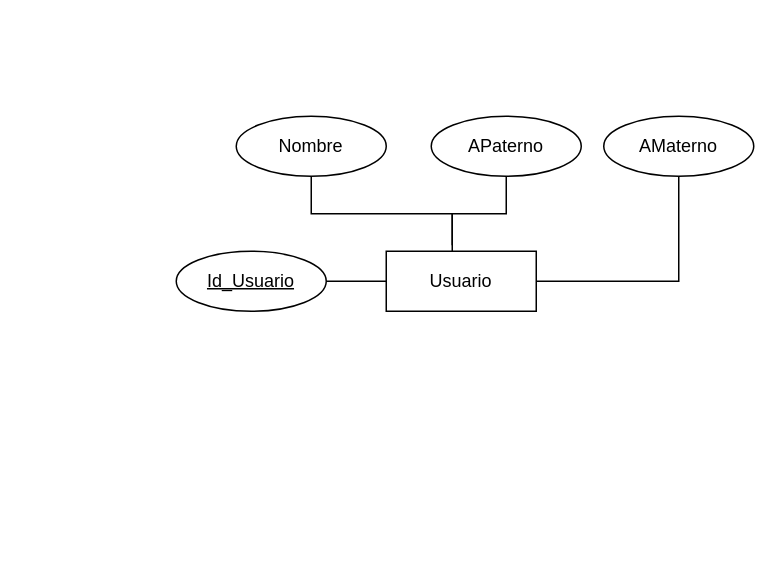
JlchavezG/ContruccionBd keeps this draw.io diagram as page "Eentidad Realacion" (1 of 2) of Diagrama sin título.drawio. Above is the earlier version. Source tidied: cells renumbered, new cells numbered last; positions are measured from the earlier drawing's top-left corner, leaving out a move shared by most shapes. Both pictures are drawn from the tidied source at 150%, with x=0, y=0 at pixel (176, 116).
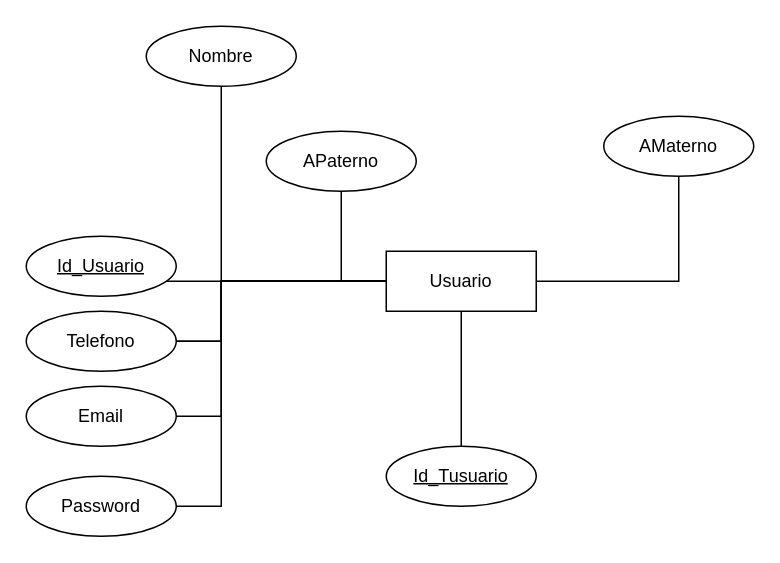
The same diagram, later.

Unchanged cells that the change refers to:
```xml
<mxCell id="2" value="Usuario" style="whiteSpace=wrap;html=1;align=center;" parent="1" vertex="1">
  <mxGeometry x="140" y="90" width="100" height="40" as="geometry" />
</mxCell>
```

The edit, as a diff of the source:
```diff
@@
     <mxCell id="3" style="edgeStyle=orthogonalEdgeStyle;rounded=0;jettySize=auto;html=1;entryX=0;entryY=0.5;entryDx=0;entryDy=0;endArrow=none;endFill=0;" parent="1" edge="1" source="4" target="2">
-      <mxGeometry relative="1" as="geometry" />
+      <mxGeometry relative="1" as="geometry">
+        <Array as="points">
+          <mxPoint x="30" y="110" />
+        </Array>
+      </mxGeometry>
     </mxCell>
     <mxCell id="4" value="Id_Usuario" style="ellipse;whiteSpace=wrap;html=1;align=center;fontStyle=4;" parent="1" vertex="1">
-      <mxGeometry y="90" width="100" height="40" as="geometry" />
+      <mxGeometry x="-100" y="80" width="100" height="40" as="geometry" />
     </mxCell>
-    <mxCell id="5" style="edgeStyle=orthogonalEdgeStyle;rounded=0;jettySize=auto;html=1;entryX=0.44;entryY=-0.1;entryDx=0;entryDy=0;entryPerimeter=0;endArrow=none;endFill=0;" parent="1" edge="1" source="6" target="2">
-      <mxGeometry relative="1" as="geometry" />
+    <mxCell id="5" style="edgeStyle=orthogonalEdgeStyle;rounded=0;jettySize=auto;html=1;entryX=0;entryY=0.5;entryDx=0;entryDy=0;endArrow=none;endFill=0;" parent="1" edge="1" source="6" target="2">
+      <mxGeometry relative="1" as="geometry">
+        <Array as="points">
+          <mxPoint x="30" y="110" />
+        </Array>
+      </mxGeometry>
     </mxCell>
     <mxCell id="6" value="Nombre" style="ellipse;whiteSpace=wrap;html=1;align=center;" parent="1" vertex="1">
-      <mxGeometry x="40" width="100" height="40" as="geometry" />
+      <mxGeometry x="-20" y="-60" width="100" height="40" as="geometry" />
     </mxCell>
-    <mxCell id="7" style="edgeStyle=orthogonalEdgeStyle;rounded=0;jettySize=auto;html=1;entryX=0.44;entryY=0;entryDx=0;entryDy=0;entryPerimeter=0;endArrow=none;endFill=0;" parent="1" edge="1" source="8" target="2">
+    <mxCell id="7" style="edgeStyle=orthogonalEdgeStyle;rounded=0;jettySize=auto;html=1;endArrow=none;endFill=0;entryX=0;entryY=0.5;entryDx=0;entryDy=0;" parent="1" edge="1" source="8" target="2">
       <mxGeometry relative="1" as="geometry" />
     </mxCell>
     <mxCell id="8" value="APaterno" style="ellipse;whiteSpace=wrap;html=1;align=center;" parent="1" vertex="1">
-      <mxGeometry x="170" width="100" height="40" as="geometry" />
+      <mxGeometry x="60" y="10" width="100" height="40" as="geometry" />
     </mxCell>
@@
+    <mxCell id="11" style="edgeStyle=orthogonalEdgeStyle;rounded=0;jettySize=auto;html=1;endArrow=none;endFill=0;" parent="1" edge="1" source="13">
+      <mxGeometry relative="1" as="geometry">
+        <mxPoint x="140" y="110" as="targetPoint" />
+        <Array as="points">
+          <mxPoint x="30" y="110" />
+        </Array>
+      </mxGeometry>
+    </mxCell>
+    <mxCell id="12" style="edgeStyle=orthogonalEdgeStyle;rounded=0;jettySize=auto;html=1;entryX=0;entryY=0.5;entryDx=0;entryDy=0;endArrow=none;endFill=0;" parent="1" edge="1" source="13" target="2">
+      <mxGeometry relative="1" as="geometry">
+        <Array as="points">
+          <mxPoint x="30" y="110" />
+        </Array>
+      </mxGeometry>
+    </mxCell>
+    <mxCell id="13" value="Telefono" style="ellipse;whiteSpace=wrap;html=1;align=center;" parent="1" vertex="1">
+      <mxGeometry x="-100" y="130" width="100" height="40" as="geometry" />
+    </mxCell>
+    <mxCell id="14" style="edgeStyle=orthogonalEdgeStyle;rounded=0;jettySize=auto;html=1;entryX=0;entryY=0.5;entryDx=0;entryDy=0;endArrow=none;endFill=0;" parent="1" edge="1" source="15" target="2">
+      <mxGeometry relative="1" as="geometry">
+        <Array as="points">
+          <mxPoint x="30" y="110" />
+        </Array>
+      </mxGeometry>
+    </mxCell>
+    <mxCell id="15" value="Email" style="ellipse;whiteSpace=wrap;html=1;align=center;" parent="1" vertex="1">
+      <mxGeometry x="-100" y="180" width="100" height="40" as="geometry" />
+    </mxCell>
+    <mxCell id="16" style="edgeStyle=orthogonalEdgeStyle;rounded=0;jettySize=auto;html=1;entryX=0;entryY=0.5;entryDx=0;entryDy=0;endArrow=none;endFill=0;" parent="1" edge="1" source="17" target="2">
+      <mxGeometry relative="1" as="geometry">
+        <Array as="points">
+          <mxPoint x="30" y="110" />
+        </Array>
+      </mxGeometry>
+    </mxCell>
+    <mxCell id="17" value="Password" style="ellipse;whiteSpace=wrap;html=1;align=center;" parent="1" vertex="1">
+      <mxGeometry x="-100" y="240" width="100" height="40" as="geometry" />
+    </mxCell>
+    <mxCell id="18" style="edgeStyle=orthogonalEdgeStyle;rounded=0;jettySize=auto;html=1;entryX=0.5;entryY=1;entryDx=0;entryDy=0;endArrow=none;endFill=0;" parent="1" edge="1" source="19" target="2">
+      <mxGeometry relative="1" as="geometry" />
+    </mxCell>
+    <mxCell id="19" value="Id_Tusuario" style="ellipse;whiteSpace=wrap;html=1;align=center;fontStyle=4;" parent="1" vertex="1">
+      <mxGeometry x="140" y="220" width="100" height="40" as="geometry" />
+    </mxCell>
```
